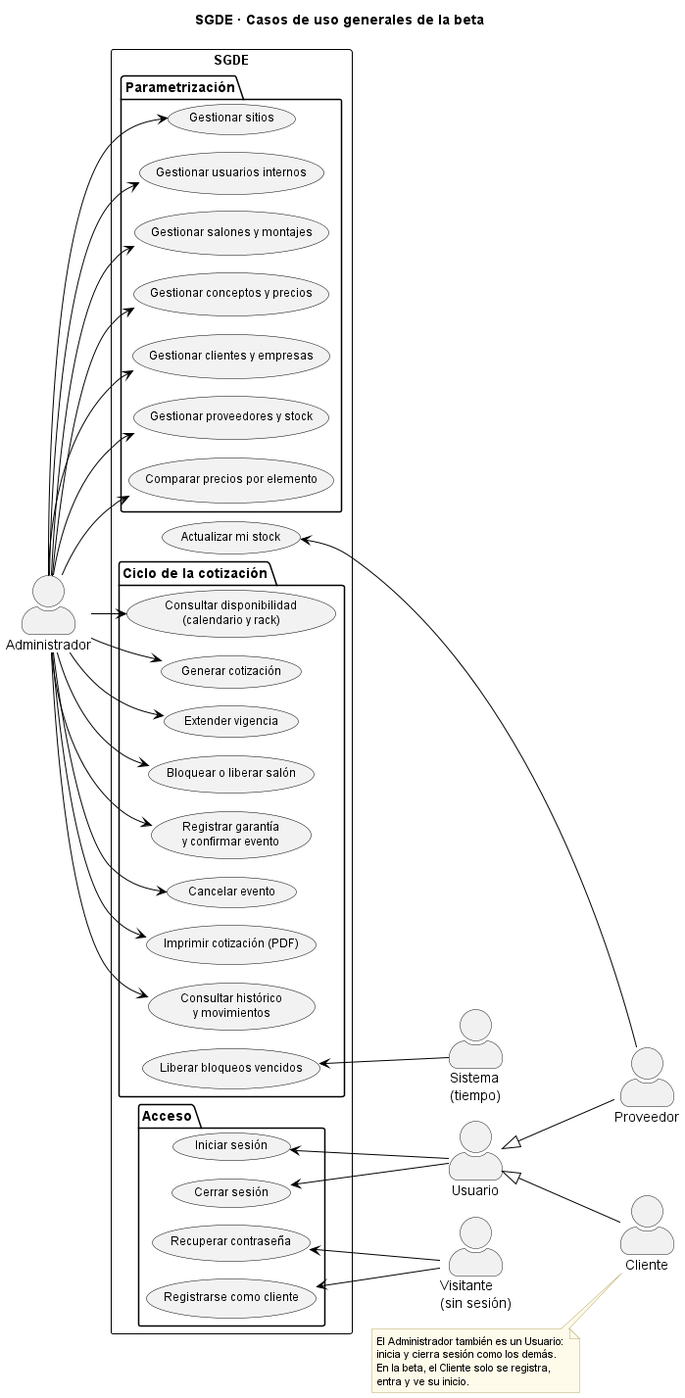
Before: docs/casos_uso_sgde/SGDE-00_Casos_de_uso_general.png, a diagram exported from PlantUML (AndreCamx2/Gestion-De-Eventos). Source of this version:
```plantuml
@startuml SGDE-00_Casos_de_uso_general
!pragma layout smetana
left to right direction
skinparam backgroundColor white
skinparam usecase {
  BackgroundColor #F2F2F2
  BorderColor black
  FontSize 12
}
skinparam rectangle {
  BorderColor black
  FontSize 13
  FontStyle bold
}
skinparam note {
  BackgroundColor #FFFBEA
  BorderColor #B8A86B
  FontSize 11
}
skinparam ArrowColor black
skinparam actorStyle awesome
title SGDE · Casos de uso generales de la beta

actor "Administrador" as AD

rectangle "SGDE" {
  package "Parametrización" {
    usecase "Gestionar sitios" as UC_SITIOS
    usecase "Gestionar usuarios internos" as UC_USUARIOS
    usecase "Gestionar salones y montajes" as UC_SALONES
    usecase "Gestionar conceptos y precios" as UC_CONCEPTOS
    usecase "Gestionar clientes y empresas" as UC_CLIENTES
    usecase "Gestionar proveedores y stock" as UC_PROVEEDORES
    usecase "Comparar precios por elemento" as UC_COMPARAR
  }
  package "Ciclo de la cotización" {
    usecase "Consultar disponibilidad\n(calendario y rack)" as UC_DISPO
    usecase "Generar cotización" as UC_COTIZAR
    usecase "Extender vigencia" as UC_VIGENCIA
    usecase "Bloquear o liberar salón" as UC_BLOQUEO
    usecase "Registrar garantía\ny confirmar evento" as UC_CONFIRMAR
    usecase "Cancelar evento" as UC_CANCELAR
    usecase "Imprimir cotización (PDF)" as UC_PDF
    usecase "Consultar histórico\ny movimientos" as UC_HISTORICO
    usecase "Liberar bloqueos vencidos" as UC_LIBERAR_AUTO
  }
  package "Acceso" {
    usecase "Iniciar sesión" as UC_LOGIN
    usecase "Cerrar sesión" as UC_LOGOUT
    usecase "Recuperar contraseña" as UC_CLAVE
    usecase "Registrarse como cliente" as UC_REG
  }
  usecase "Actualizar mi stock" as UC_MISTOCK
}

actor "Usuario" as US
actor "Proveedor" as PR
actor "Cliente" as CL
actor "Visitante\n(sin sesión)" as VI
actor "Sistema\n(tiempo)" as SIS

AD --> UC_SITIOS
AD --> UC_USUARIOS
AD --> UC_SALONES
AD --> UC_CONCEPTOS
AD --> UC_CLIENTES
AD --> UC_PROVEEDORES
AD --> UC_COMPARAR
AD --> UC_DISPO
AD --> UC_COTIZAR
AD --> UC_VIGENCIA
AD --> UC_BLOQUEO
AD --> UC_CONFIRMAR
AD --> UC_CANCELAR
AD --> UC_PDF
AD --> UC_HISTORICO

UC_LOGIN <-- US
UC_LOGOUT <-- US
UC_MISTOCK <-- PR
UC_CLAVE <-- VI
UC_REG <-- VI
UC_LIBERAR_AUTO <-- SIS
US <|-- PR
US <|-- CL

note "El Administrador también es un Usuario:\ninicia y cierra sesión como los demás.\nEn la beta, el Cliente solo se registra,\nentra y ve su inicio." as N1
N1 .. CL
@enduml
```
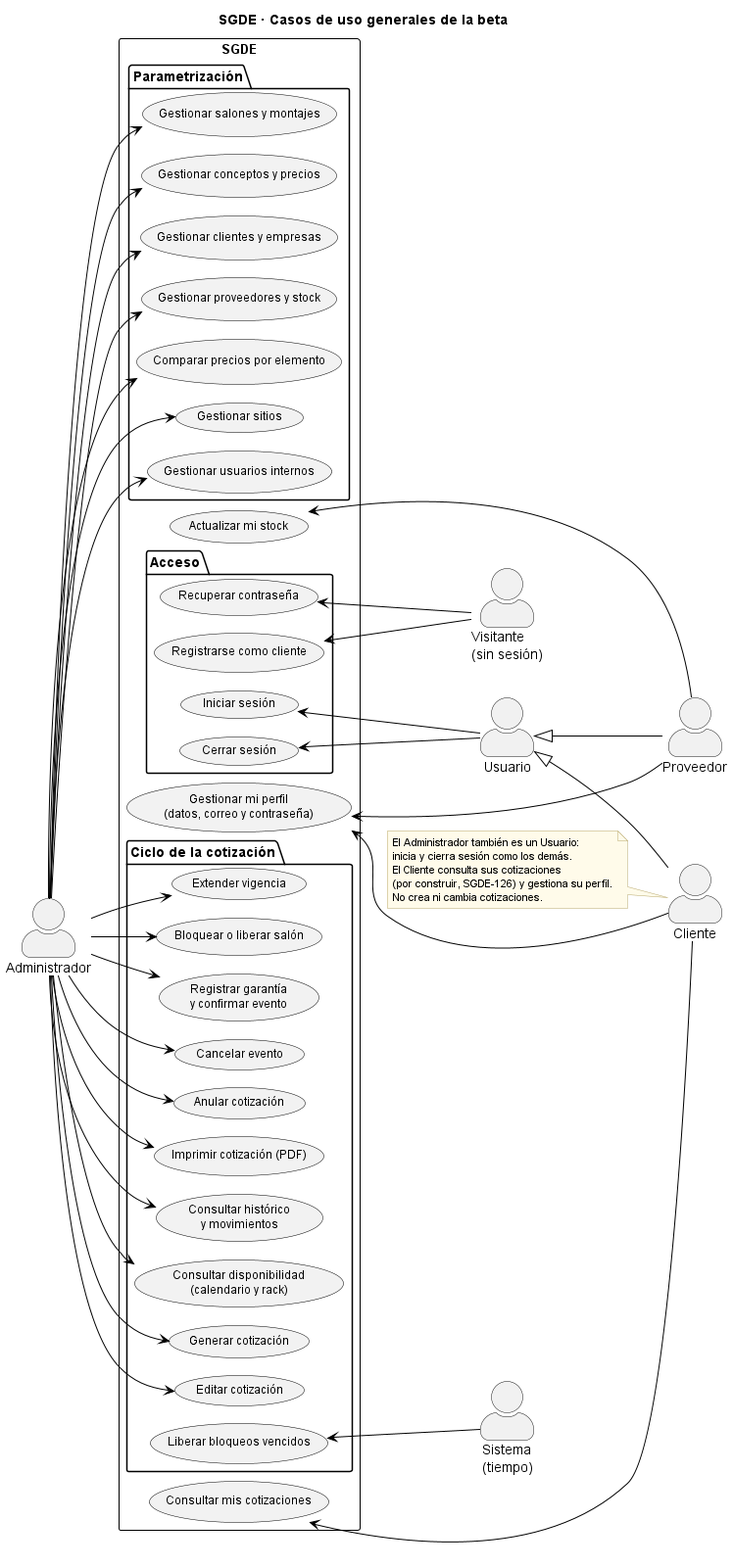
After the change.

The edit, as a diff of the source:
```diff
@@ -36,10 +36,12 @@
   package "Ciclo de la cotización" {
     usecase "Consultar disponibilidad\n(calendario y rack)" as UC_DISPO
     usecase "Generar cotización" as UC_COTIZAR
+    usecase "Editar cotización" as UC_EDITAR
     usecase "Extender vigencia" as UC_VIGENCIA
     usecase "Bloquear o liberar salón" as UC_BLOQUEO
     usecase "Registrar garantía\ny confirmar evento" as UC_CONFIRMAR
     usecase "Cancelar evento" as UC_CANCELAR
+    usecase "Anular cotización" as UC_ANULAR
     usecase "Imprimir cotización (PDF)" as UC_PDF
     usecase "Consultar histórico\ny movimientos" as UC_HISTORICO
     usecase "Liberar bloqueos vencidos" as UC_LIBERAR_AUTO
@@ -51,6 +53,8 @@
     usecase "Registrarse como cliente" as UC_REG
   }
   usecase "Actualizar mi stock" as UC_MISTOCK
+  usecase "Consultar mis cotizaciones" as UC_MISCOT
+  usecase "Gestionar mi perfil\n(datos, correo y contraseña)" as UC_PERFIL
 }
 
 actor "Usuario" as US
@@ -68,22 +72,27 @@
 AD --> UC_COMPARAR
 AD --> UC_DISPO
 AD --> UC_COTIZAR
+AD --> UC_EDITAR
 AD --> UC_VIGENCIA
 AD --> UC_BLOQUEO
 AD --> UC_CONFIRMAR
 AD --> UC_CANCELAR
+AD --> UC_ANULAR
 AD --> UC_PDF
 AD --> UC_HISTORICO
 
 UC_LOGIN <-- US
 UC_LOGOUT <-- US
 UC_MISTOCK <-- PR
+UC_PERFIL <-- PR
+UC_PERFIL <-- CL
+UC_MISCOT <-- CL
 UC_CLAVE <-- VI
 UC_REG <-- VI
 UC_LIBERAR_AUTO <-- SIS
 US <|-- PR
 US <|-- CL
 
-note "El Administrador también es un Usuario:\ninicia y cierra sesión como los demás.\nEn la beta, el Cliente solo se registra,\nentra y ve su inicio." as N1
+note "El Administrador también es un Usuario:\ninicia y cierra sesión como los demás.\nEl Cliente consulta sus cotizaciones\n(por construir, SGDE-126) y gestiona su perfil.\nNo crea ni cambia cotizaciones." as N1
 N1 .. CL
 @enduml
```
